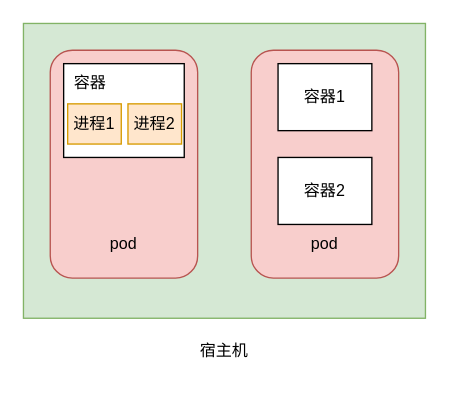
Above: kubernetes/pod.drawio in buxiangchixiangcai/draw (draw.io), before the change. Source tidied: cells renumbered, new cells numbered last; positions are measured from the earlier drawing's top-left corner, leaving out a move shared by most shapes. Both pictures are drawn from the tidied source at 134%, with x=0, y=0 at pixel (23, 23).
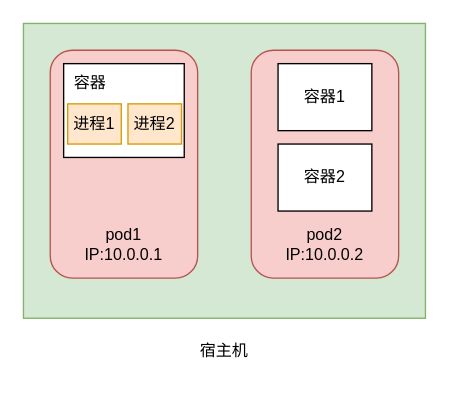
Above is the later version.

Change to the diagram source:
```diff
@@
 <mxGraphModel>
   <root>
     <mxCell id="0" />
     <mxCell id="1" parent="0" />
     <mxCell id="2" style="rounded=0;whiteSpace=wrap;html=1;fillColor=#d5e8d4;strokeColor=#82b366;" parent="1" vertex="1">
       <mxGeometry width="300" height="220" as="geometry" />
     </mxCell>
     <mxCell id="3" style="rounded=1;whiteSpace=wrap;html=1;fillColor=#f8cecc;strokeColor=#b85450;" parent="1" vertex="1">
       <mxGeometry x="20" y="20" width="110" height="170" as="geometry" />
     </mxCell>
     <mxCell id="4" style="rounded=0;whiteSpace=wrap;html=1;" parent="1" vertex="1">
       <mxGeometry x="30" y="30" width="90" height="70" as="geometry" />
     </mxCell>
     <mxCell id="5" style="rounded=1;whiteSpace=wrap;html=1;fillColor=#f8cecc;strokeColor=#b85450;" parent="1" vertex="1">
       <mxGeometry x="170" y="20" width="110" height="170" as="geometry" />
     </mxCell>
     <mxCell id="6" value="容器1" style="rounded=0;whiteSpace=wrap;html=1;" parent="1" vertex="1">
       <mxGeometry x="190" y="30" width="70" height="50" as="geometry" />
     </mxCell>
     <mxCell id="7" value="容器2" style="rounded=0;whiteSpace=wrap;html=1;" parent="1" vertex="1">
-      <mxGeometry x="190" y="100" width="70" height="50" as="geometry" />
+      <mxGeometry x="190" y="90" width="70" height="50" as="geometry" />
     </mxCell>
-    <mxCell id="8" value="pod" style="text;html=1;align=center;verticalAlign=middle;whiteSpace=wrap;rounded=0;" parent="1" vertex="1">
+    <mxCell id="8" value="pod1&lt;div&gt;IP:10.0.0.1&lt;/div&gt;" style="text;html=1;align=center;verticalAlign=middle;whiteSpace=wrap;rounded=0;" parent="1" vertex="1">
       <mxGeometry x="45" y="150" width="60" height="30" as="geometry" />
     </mxCell>
-    <mxCell id="9" value="pod" style="text;html=1;align=center;verticalAlign=middle;whiteSpace=wrap;rounded=0;" parent="1" vertex="1">
-      <mxGeometry x="195" y="150" width="60" height="30" as="geometry" />
-    </mxCell>
     <mxCell id="10" value="宿主机" style="text;html=1;align=center;verticalAlign=middle;whiteSpace=wrap;rounded=0;" parent="1" vertex="1">
       <mxGeometry x="120" y="230" width="60" height="30" as="geometry" />
     </mxCell>
     <mxCell id="11" value="容器" style="text;html=1;align=center;verticalAlign=middle;whiteSpace=wrap;rounded=0;" parent="1" vertex="1">
       <mxGeometry x="20" y="30" width="60" height="30" as="geometry" />
     </mxCell>
     <mxCell id="12" value="进程2" style="rounded=0;whiteSpace=wrap;html=1;fillColor=#ffe6cc;strokeColor=#d79b00;" parent="1" vertex="1">
       <mxGeometry x="78" y="60" width="40" height="30" as="geometry" />
     </mxCell>
     <mxCell id="13" value="进程1" style="rounded=0;whiteSpace=wrap;html=1;fillColor=#ffe6cc;strokeColor=#d79b00;" parent="1" vertex="1">
       <mxGeometry x="33" y="60" width="40" height="30" as="geometry" />
     </mxCell>
+    <mxCell id="14" value="pod2&lt;div&gt;IP:10.0.0.2&lt;/div&gt;" style="text;html=1;align=center;verticalAlign=middle;whiteSpace=wrap;rounded=0;" parent="1" vertex="1">
+      <mxGeometry x="195" y="150" width="60" height="30" as="geometry" />
+    </mxCell>
   </root>
 </mxGraphModel>
```
